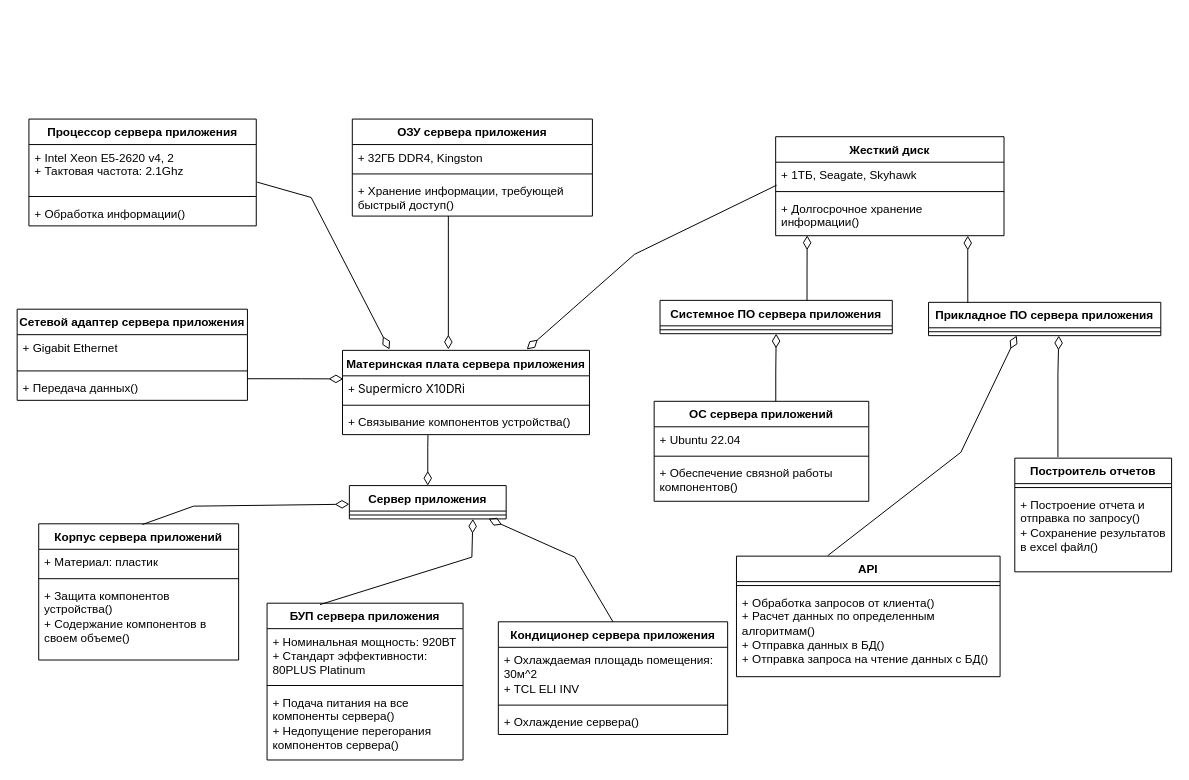
Above: Определение проекта АИС "Сервер приложения".drawio in hiff0/db-city-council (draw.io), before the change. Source tidied: cells renumbered, new cells numbered last; positions are measured from the earlier drawing's top-left corner, leaving out a move shared by most shapes. Both pictures are drawn from the tidied source at 98%, with x=0, y=0 at pixel (17, 119).
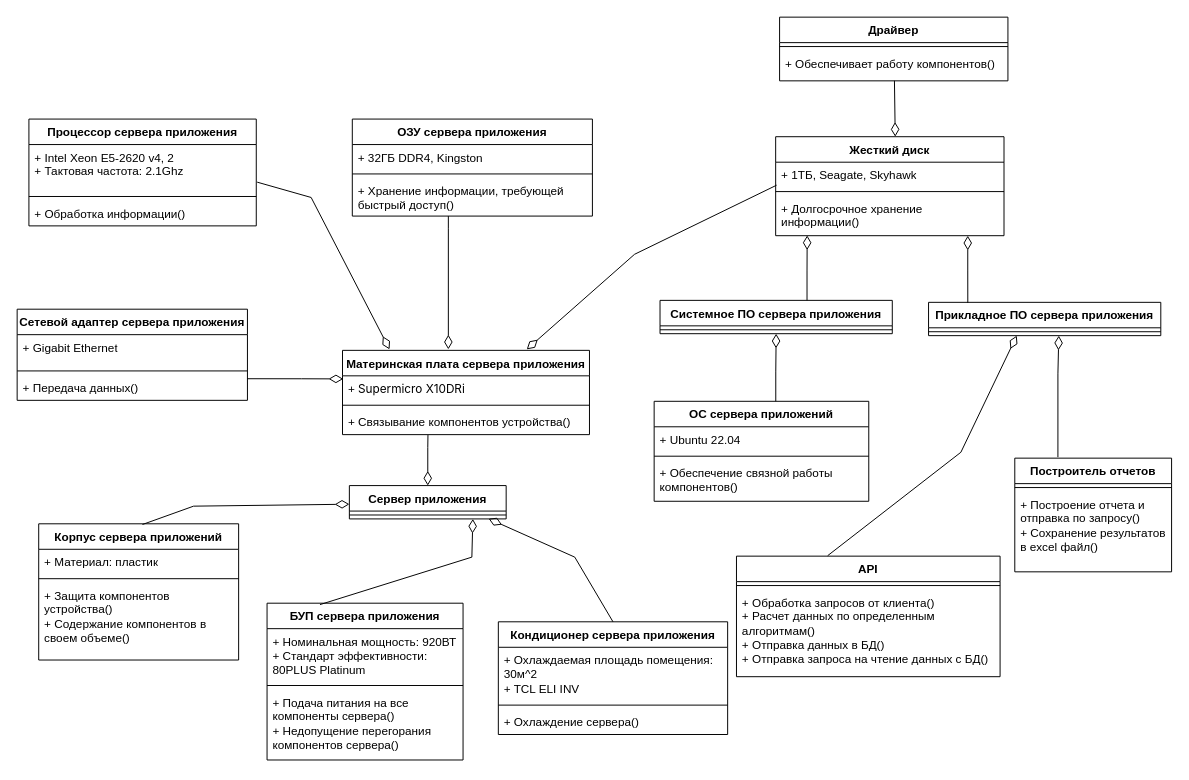
The same diagram, later.

What changed in the source:
```diff
@@
+    <mxCell id="63" value="Драйвер" style="swimlane;fontStyle=1;align=center;verticalAlign=top;horizontal=1;startSize=26;whiteSpace=wrap;html=1;" parent="1" vertex="1">
+      <mxGeometry x="778" y="-104" width="233" height="65" as="geometry" />
+    </mxCell>
+    <mxCell id="64" style="line;strokeWidth=1;fillColor=none;align=left;verticalAlign=middle;spacingTop=-1;spacingLeft=3;spacingRight=3;labelPosition=right;strokeColor=inherit;" parent="63" vertex="1">
+      <mxGeometry y="26" width="233" height="8" as="geometry" />
+    </mxCell>
+    <mxCell id="65" value="+ Обеспечивает работу компонентов()" style="text;strokeColor=none;fillColor=none;align=left;verticalAlign=top;spacingLeft=4;spacingRight=4;overflow=hidden;points=[[0,0.5],[1,0.5]];portConstraint=eastwest;whiteSpace=wrap;html=1;" parent="63" vertex="1">
+      <mxGeometry y="34" width="233" height="31" as="geometry" />
+    </mxCell>
+    <mxCell id="66" style="endArrow=diamondThin;endFill=0;endSize=12;html=1;rounded=0;exitX=0.503;exitY=0.996;exitDx=0;exitDy=0;exitPerimeter=0;" parent="1" edge="1" source="65">
+      <mxGeometry relative="1" as="geometry">
+        <mxPoint x="896" y="18" as="targetPoint" />
+      </mxGeometry>
+    </mxCell>
```
